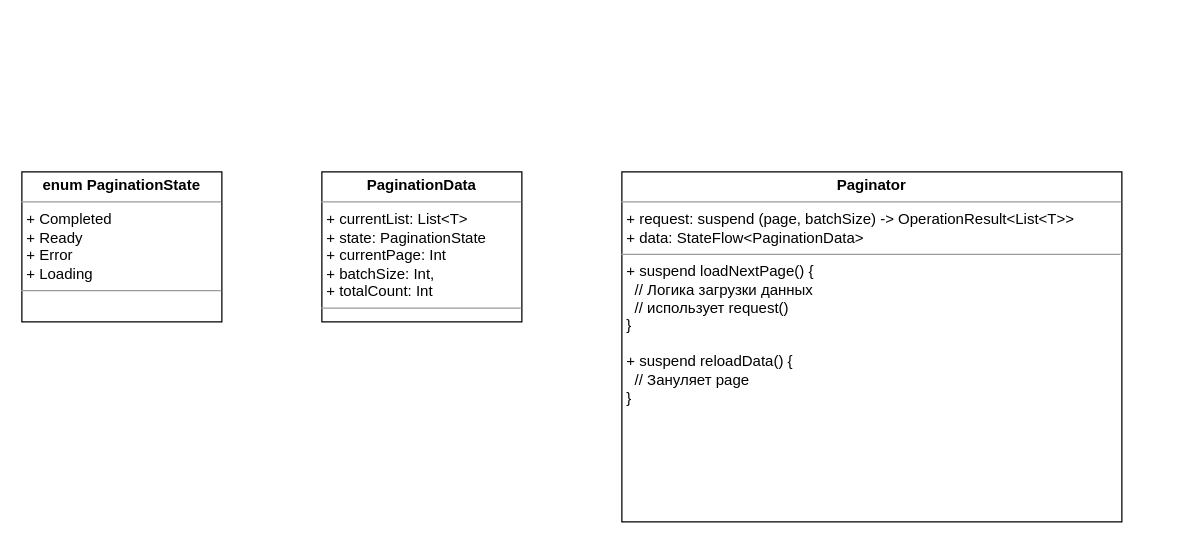
ShiryaevNikolay/diagrams keeps this draw.io diagram as feature/Пагинатор.drawio. Above is the earlier version. Source tidied: cells renumbered, new cells numbered last; positions are measured from the earlier drawing's top-left corner, leaving out a move shared by most shapes. Both pictures are drawn from the tidied source at 125%, with x=0, y=0 at pixel (21, 171).
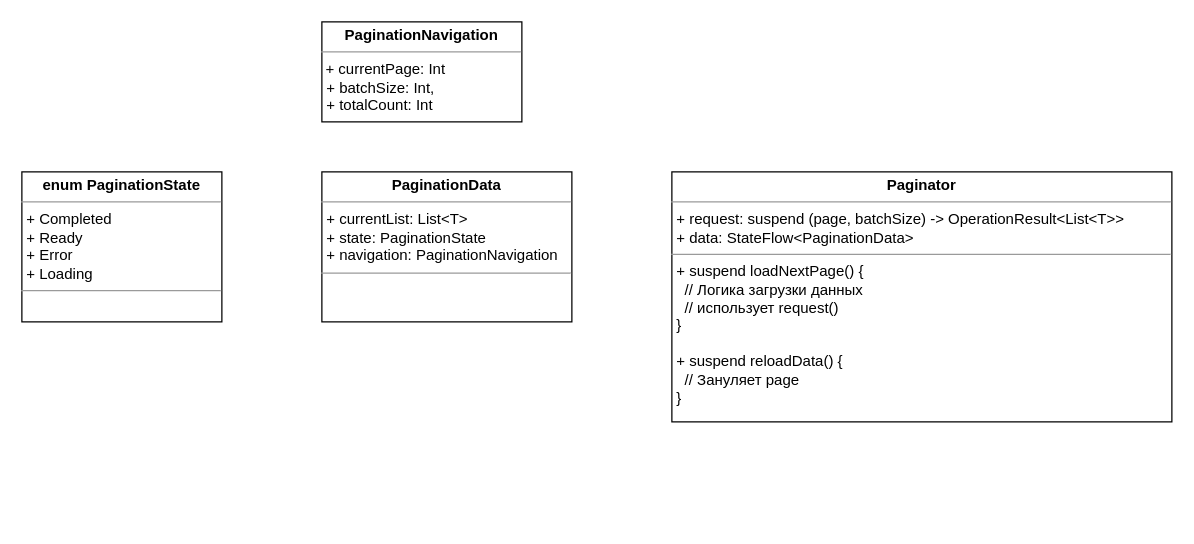
After the change.

What changed in the source:
```diff
@@
 <mxGraphModel>
   <root>
     <mxCell id="0" />
     <mxCell id="1" parent="0" />
-    <mxCell id="2" value="&lt;p style=&quot;margin:0px;margin-top:4px;text-align:center;&quot;&gt;&lt;b&gt;enum PaginationState&lt;br&gt;&lt;/b&gt;&lt;/p&gt;&lt;hr size=&quot;1&quot;&gt;&lt;p style=&quot;margin:0px;margin-left:4px;&quot;&gt;+ Completed&lt;/p&gt;&lt;p style=&quot;margin:0px;margin-left:4px;&quot;&gt;+ Ready&lt;/p&gt;&lt;p style=&quot;margin:0px;margin-left:4px;&quot;&gt;+ Error&lt;/p&gt;&lt;p style=&quot;margin:0px;margin-left:4px;&quot;&gt;+ Loading&lt;br&gt;&lt;/p&gt;&lt;hr size=&quot;1&quot;&gt;" style="verticalAlign=top;align=left;overflow=fill;fontSize=12;fontFamily=Helvetica;html=1;whiteSpace=wrap;" parent="1" vertex="1">
+    <mxCell id="2" value="&lt;p style=&quot;margin:0px;margin-top:4px;text-align:center;&quot;&gt;&lt;b&gt;enum PaginationState&lt;br&gt;&lt;/b&gt;&lt;/p&gt;&lt;hr size=&quot;1&quot;&gt;&lt;p style=&quot;margin:0px;margin-left:4px;&quot;&gt;+ Completed&lt;/p&gt;&lt;p style=&quot;margin:0px;margin-left:4px;&quot;&gt;+ Ready&lt;/p&gt;&lt;p style=&quot;margin:0px;margin-left:4px;&quot;&gt;+ Error&lt;/p&gt;&lt;p style=&quot;margin:0px;margin-left:4px;&quot;&gt;+ Loading&lt;br&gt;&lt;/p&gt;&lt;hr size=&quot;1&quot;&gt;" style="verticalAlign=top;align=left;overflow=fill;fontSize=12;fontFamily=Helvetica;html=1;whiteSpace=wrap;rounded=0;" parent="1" vertex="1">
       <mxGeometry width="160" height="120" as="geometry" />
     </mxCell>
-    <mxCell id="3" value="&lt;p style=&quot;margin:0px;margin-top:4px;text-align:center;&quot;&gt;&lt;b&gt;PaginationData&lt;/b&gt;&lt;/p&gt;&lt;hr size=&quot;1&quot;&gt;&lt;p style=&quot;margin:0px;margin-left:4px;&quot;&gt;+ currentList: List&amp;lt;T&amp;gt;&lt;/p&gt;&lt;p style=&quot;margin:0px;margin-left:4px;&quot;&gt;+ state: PaginationState&lt;/p&gt;&lt;p style=&quot;margin:0px;margin-left:4px;&quot;&gt;+ currentPage: Int&lt;/p&gt;&lt;p style=&quot;margin:0px;margin-left:4px;&quot;&gt;+ batchSize: Int,&lt;/p&gt;&lt;p style=&quot;margin:0px;margin-left:4px;&quot;&gt;+ totalCount: Int&lt;br&gt;&lt;/p&gt;&lt;hr size=&quot;1&quot;&gt;" style="verticalAlign=top;align=left;overflow=fill;fontSize=12;fontFamily=Helvetica;html=1;whiteSpace=wrap;" parent="1" vertex="1">
-      <mxGeometry x="240" width="160" height="120" as="geometry" />
+    <mxCell id="3" value="&lt;p style=&quot;margin:0px;margin-top:4px;text-align:center;&quot;&gt;&lt;b&gt;PaginationData&lt;/b&gt;&lt;/p&gt;&lt;hr size=&quot;1&quot;&gt;&lt;p style=&quot;margin:0px;margin-left:4px;&quot;&gt;+ currentList: List&amp;lt;T&amp;gt;&lt;/p&gt;&lt;p style=&quot;margin:0px;margin-left:4px;&quot;&gt;+ state: PaginationState&lt;/p&gt;&lt;p style=&quot;margin:0px;margin-left:4px;&quot;&gt;+ navigation: PaginationNavigation&lt;br&gt;&lt;/p&gt;&lt;hr size=&quot;1&quot;&gt;" style="verticalAlign=top;align=left;overflow=fill;fontSize=12;fontFamily=Helvetica;html=1;whiteSpace=wrap;rounded=0;" parent="1" vertex="1">
+      <mxGeometry x="240" width="200" height="120" as="geometry" />
     </mxCell>
-    <mxCell id="4" value="&lt;p style=&quot;margin:0px;margin-top:4px;text-align:center;&quot;&gt;&lt;b&gt;Paginator&lt;/b&gt;&lt;/p&gt;&lt;hr size=&quot;1&quot;&gt;&lt;p style=&quot;margin:0px;margin-left:4px;&quot;&gt;+ request: suspend (page, batchSize) -&amp;gt; OperationResult&amp;lt;List&amp;lt;T&amp;gt;&amp;gt;&lt;br&gt;&lt;/p&gt;&lt;p style=&quot;margin:0px;margin-left:4px;&quot;&gt;+ data: StateFlow&amp;lt;PaginationData&amp;gt;&lt;/p&gt;&lt;hr size=&quot;1&quot;&gt;&lt;p style=&quot;margin:0px;margin-left:4px;&quot;&gt;+ suspend loadNextPage() {&lt;/p&gt;&lt;p style=&quot;margin:0px;margin-left:4px;&quot;&gt;&amp;nbsp; // Логика загрузки данных&lt;/p&gt;&lt;p style=&quot;margin:0px;margin-left:4px;&quot;&gt;&amp;nbsp; // использует request()&lt;br&gt;&lt;/p&gt;&lt;p style=&quot;margin:0px;margin-left:4px;&quot;&gt;}&lt;/p&gt;&lt;p style=&quot;margin:0px;margin-left:4px;&quot;&gt;&lt;br&gt;&lt;/p&gt;&lt;p style=&quot;margin:0px;margin-left:4px;&quot;&gt;+ suspend reloadData() {&lt;/p&gt;&lt;p style=&quot;margin:0px;margin-left:4px;&quot;&gt;&amp;nbsp; // Зануляет page&lt;br&gt;&lt;/p&gt;&lt;p style=&quot;margin:0px;margin-left:4px;&quot;&gt;}&lt;br&gt;&lt;/p&gt;" style="verticalAlign=top;align=left;overflow=fill;fontSize=12;fontFamily=Helvetica;html=1;whiteSpace=wrap;" parent="1" vertex="1">
-      <mxGeometry x="480" width="400" height="280" as="geometry" />
+    <mxCell id="4" value="&lt;p style=&quot;margin:0px;margin-top:4px;text-align:center;&quot;&gt;&lt;b&gt;Paginator&lt;/b&gt;&lt;/p&gt;&lt;hr size=&quot;1&quot;&gt;&lt;p style=&quot;margin:0px;margin-left:4px;&quot;&gt;+ request: suspend (page, batchSize) -&amp;gt; OperationResult&amp;lt;List&amp;lt;T&amp;gt;&amp;gt;&lt;br&gt;&lt;/p&gt;&lt;p style=&quot;margin:0px;margin-left:4px;&quot;&gt;+ data: StateFlow&amp;lt;PaginationData&amp;gt;&lt;/p&gt;&lt;hr size=&quot;1&quot;&gt;&lt;p style=&quot;margin:0px;margin-left:4px;&quot;&gt;+ suspend loadNextPage() {&lt;/p&gt;&lt;p style=&quot;margin:0px;margin-left:4px;&quot;&gt;&amp;nbsp; // Логика загрузки данных&lt;/p&gt;&lt;p style=&quot;margin:0px;margin-left:4px;&quot;&gt;&amp;nbsp; // использует request()&lt;br&gt;&lt;/p&gt;&lt;p style=&quot;margin:0px;margin-left:4px;&quot;&gt;}&lt;/p&gt;&lt;p style=&quot;margin:0px;margin-left:4px;&quot;&gt;&lt;br&gt;&lt;/p&gt;&lt;p style=&quot;margin:0px;margin-left:4px;&quot;&gt;+ suspend reloadData() {&lt;/p&gt;&lt;p style=&quot;margin:0px;margin-left:4px;&quot;&gt;&amp;nbsp; // Зануляет page&lt;br&gt;&lt;/p&gt;&lt;p style=&quot;margin:0px;margin-left:4px;&quot;&gt;}&lt;br&gt;&lt;/p&gt;" style="verticalAlign=top;align=left;overflow=fill;fontSize=12;fontFamily=Helvetica;html=1;whiteSpace=wrap;rounded=0;" parent="1" vertex="1">
+      <mxGeometry x="520" width="400" height="200" as="geometry" />
     </mxCell>
+    <mxCell id="5" value="&lt;p style=&quot;margin:0px;margin-top:4px;text-align:center;&quot;&gt;&lt;b&gt;PaginationNavigation&lt;/b&gt;&lt;/p&gt;&lt;hr size=&quot;1&quot;&gt;&amp;nbsp;+ currentPage: Int&lt;p style=&quot;margin:0px;margin-left:4px;&quot;&gt;+ batchSize: Int,&lt;/p&gt;&lt;p style=&quot;margin:0px;margin-left:4px;&quot;&gt;+ totalCount: Int&lt;br&gt;&lt;/p&gt;&lt;hr size=&quot;1&quot;&gt;" style="verticalAlign=top;align=left;overflow=fill;fontSize=12;fontFamily=Helvetica;html=1;whiteSpace=wrap;rounded=0;" parent="1" vertex="1">
+      <mxGeometry x="240" y="-120" width="160" height="80" as="geometry" />
+    </mxCell>
   </root>
 </mxGraphModel>
```
